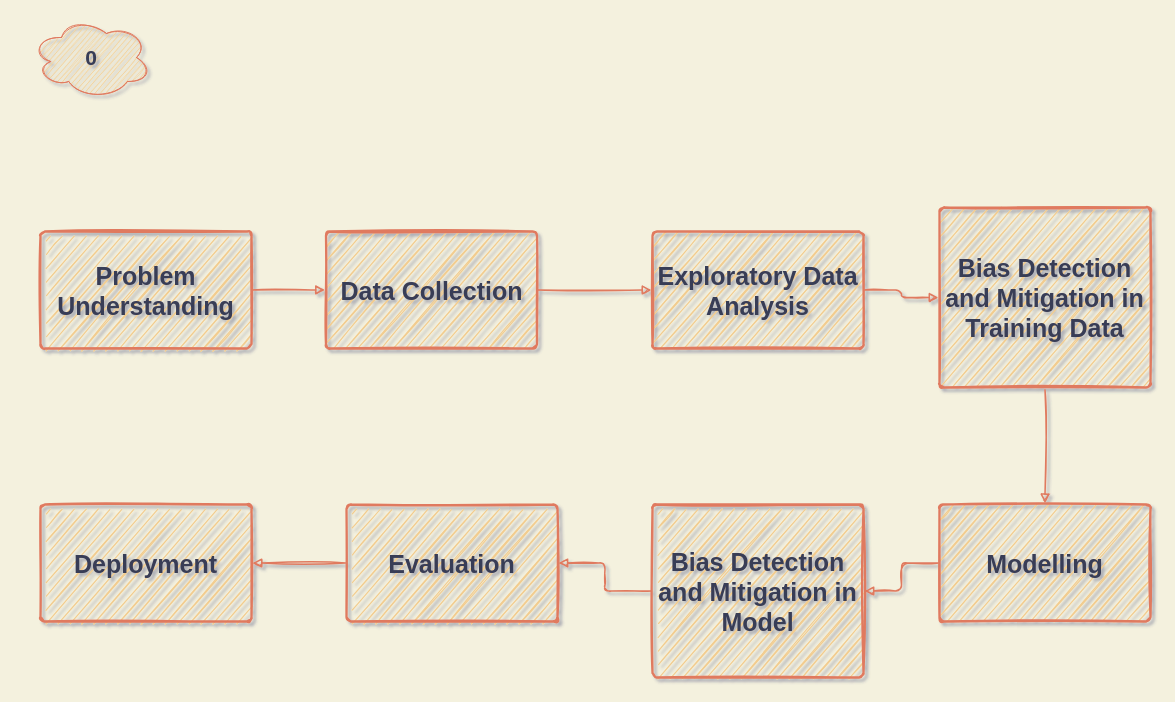
Before: page "Page-0" (1 of 16) of Untitled Diagram.drawio in ShibboManshi/titanicML, a draw.io diagram. Source tidied: cells renumbered, new cells numbered last; positions are measured from the earlier drawing's top-left corner, leaving out a move shared by most shapes. Both pictures are drawn from the tidied source at 100%, with x=0, y=0 at pixel (31, 17).
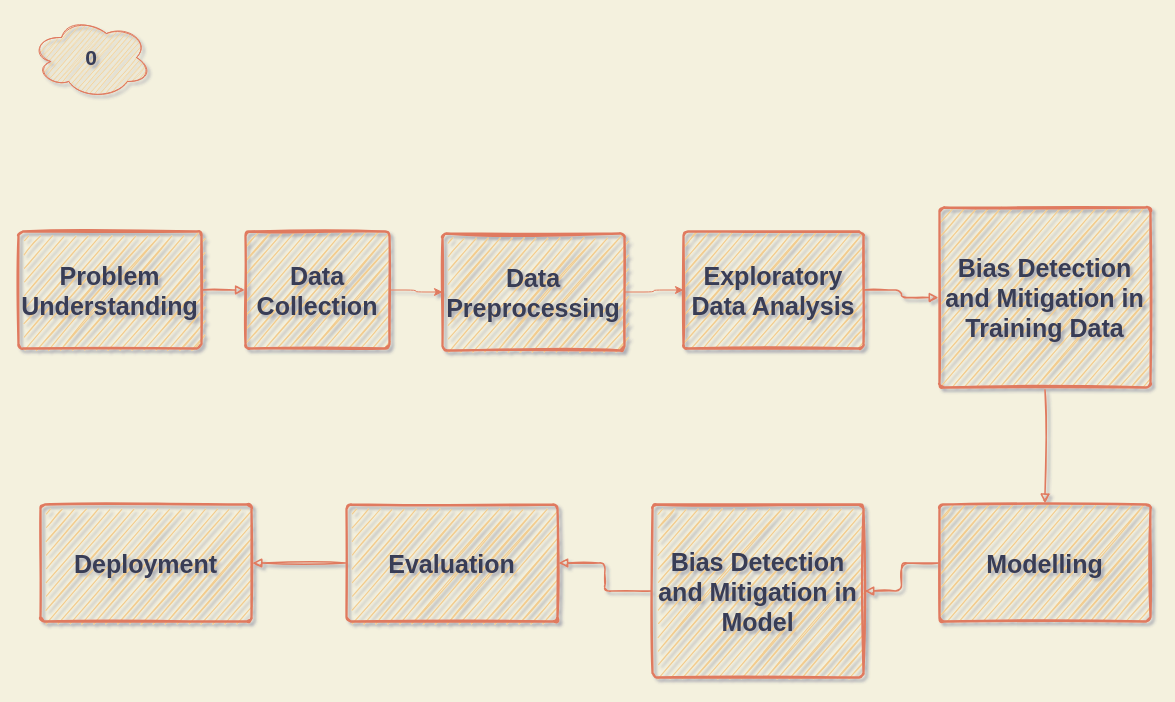
After the change.

The edit, as a diff of the source:
```diff
@@
     <mxCell id="13" value="Problem Understanding" style="html=1;overflow=block;blockSpacing=1;whiteSpace=wrap;whiteSpace=wrap;fontSize=25;fontStyle=1;spacing=3.8;strokeColor=#E07A5F;strokeOpacity=100;absoluteArcSize=1;arcSize=9;strokeWidth=2.3;fillColor=#F2CC8F;fontColor=#393C56;rounded=1;sketch=1;" parent="1" vertex="1">
-      <mxGeometry x="9" y="214" width="211" height="117" as="geometry" />
+      <mxGeometry x="-13" y="214" width="183" height="117" as="geometry" />
     </mxCell>
@@
+    <mxCell id="29" style="edgeStyle=orthogonalEdgeStyle;curved=0;rounded=1;sketch=0;jettySize=auto;html=1;fontSize=28;fontColor=#393C56;strokeColor=#E07A5F;fillColor=#F2CC8F;" parent="1" edge="1" source="15" target="31">
+      <mxGeometry relative="1" as="geometry" />
+    </mxCell>
     <mxCell id="15" value="Data Collection" style="html=1;overflow=block;blockSpacing=1;whiteSpace=wrap;whiteSpace=wrap;fontSize=25;fontStyle=1;spacing=3.8;strokeColor=#E07A5F;strokeOpacity=100;absoluteArcSize=1;arcSize=9;strokeWidth=2.3;fillColor=#F2CC8F;fontColor=#393C56;rounded=1;sketch=1;" parent="1" vertex="1">
-      <mxGeometry x="294.5" y="214" width="211" height="117" as="geometry" />
+      <mxGeometry x="214" y="214" width="144" height="117" as="geometry" />
     </mxCell>
-    <mxCell id="16" style="html=1;jettySize=18;whiteSpace=wrap;fontSize=13;strokeColor=#E07A5F;strokeWidth=1.5;arcSize=12;edgeStyle=orthogonalEdgeStyle;startArrow=none;endArrow=block;endFill=1;exitX=1.005;exitY=0.5;exitPerimeter=0;entryX=-0.005;entryY=0.5;entryPerimeter=0;fontColor=#393C56;sketch=1;labelBackgroundColor=#F4F1DE;" parent="1" edge="1" source="15" target="17">
-      <mxGeometry relative="1" as="geometry" />
-    </mxCell>
     <mxCell id="17" value="Exploratory Data Analysis" style="html=1;overflow=block;blockSpacing=1;whiteSpace=wrap;whiteSpace=wrap;fontSize=25;fontStyle=1;spacing=3.8;strokeColor=#E07A5F;strokeOpacity=100;absoluteArcSize=1;arcSize=9;strokeWidth=2.3;fillColor=#F2CC8F;fontColor=#393C56;rounded=1;sketch=1;" parent="1" vertex="1">
-      <mxGeometry x="621" y="214" width="211" height="117" as="geometry" />
+      <mxGeometry x="652" y="214" width="180" height="117" as="geometry" />
     </mxCell>
@@
+    <mxCell id="30" style="edgeStyle=orthogonalEdgeStyle;curved=0;rounded=1;sketch=0;jettySize=auto;html=1;fontSize=28;fontColor=#393C56;strokeColor=#E07A5F;fillColor=#F2CC8F;" parent="1" edge="1" source="31" target="17">
+      <mxGeometry relative="1" as="geometry" />
+    </mxCell>
+    <mxCell id="31" value="Data Preprocessing" style="html=1;overflow=block;blockSpacing=1;whiteSpace=wrap;whiteSpace=wrap;fontSize=25;fontStyle=1;spacing=3.8;strokeColor=#E07A5F;strokeOpacity=100;absoluteArcSize=1;arcSize=9;strokeWidth=2.3;fillColor=#F2CC8F;fontColor=#393C56;rounded=1;sketch=1;" parent="1" vertex="1">
+      <mxGeometry x="411" y="216" width="182" height="117" as="geometry" />
+    </mxCell>
```
